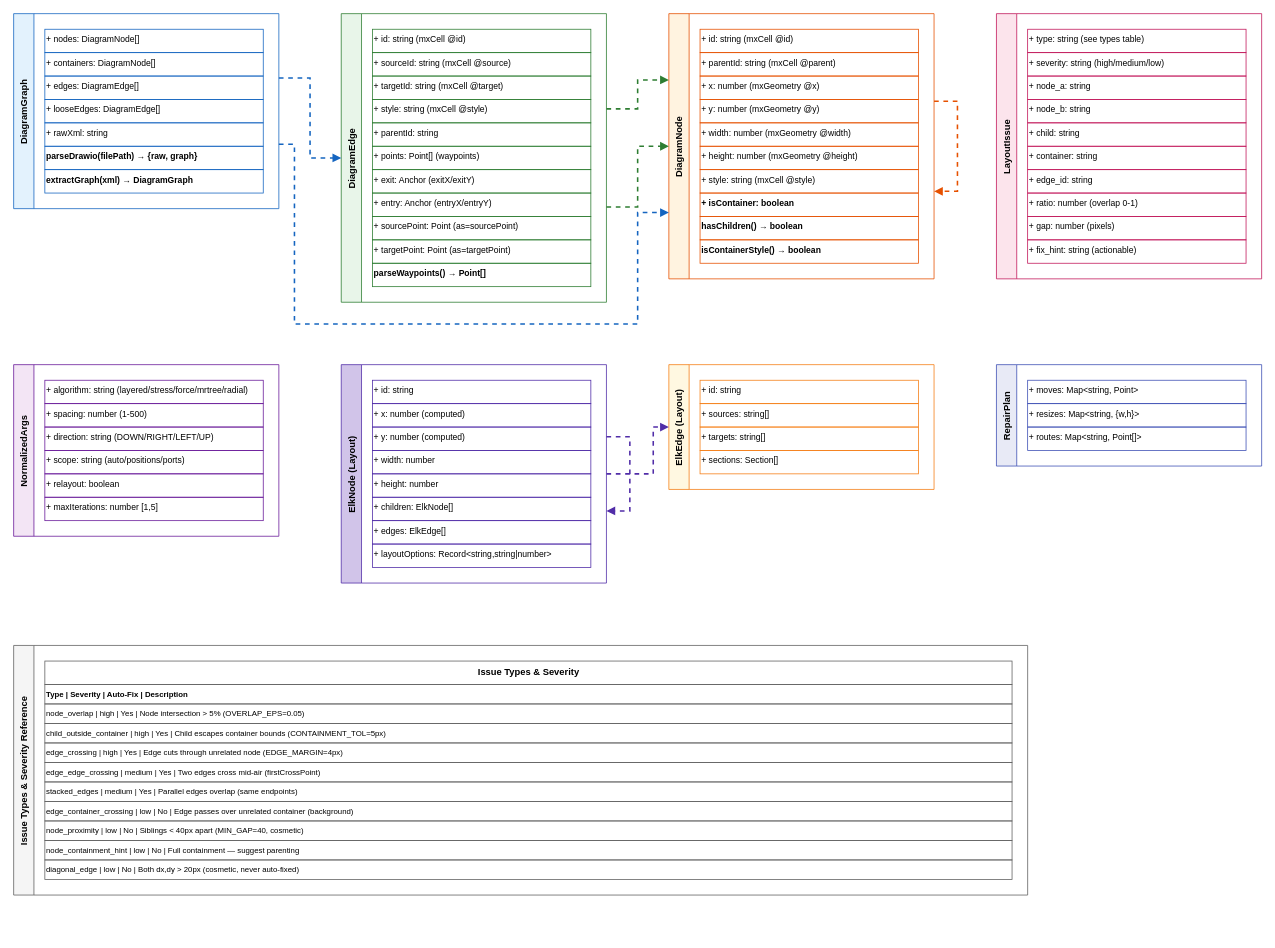
Before: documents/SA4E-406/diagrams/data-model.drawio in dnguyenminh/SDLC-Agents-4-Enteprise, a draw.io diagram. Source tidied: cells renumbered, new cells numbered last; positions are measured from the earlier drawing's top-left corner, leaving out a move shared by most shapes. Both pictures are drawn from the tidied source at 78%, with x=0, y=0 at pixel (13, 13).
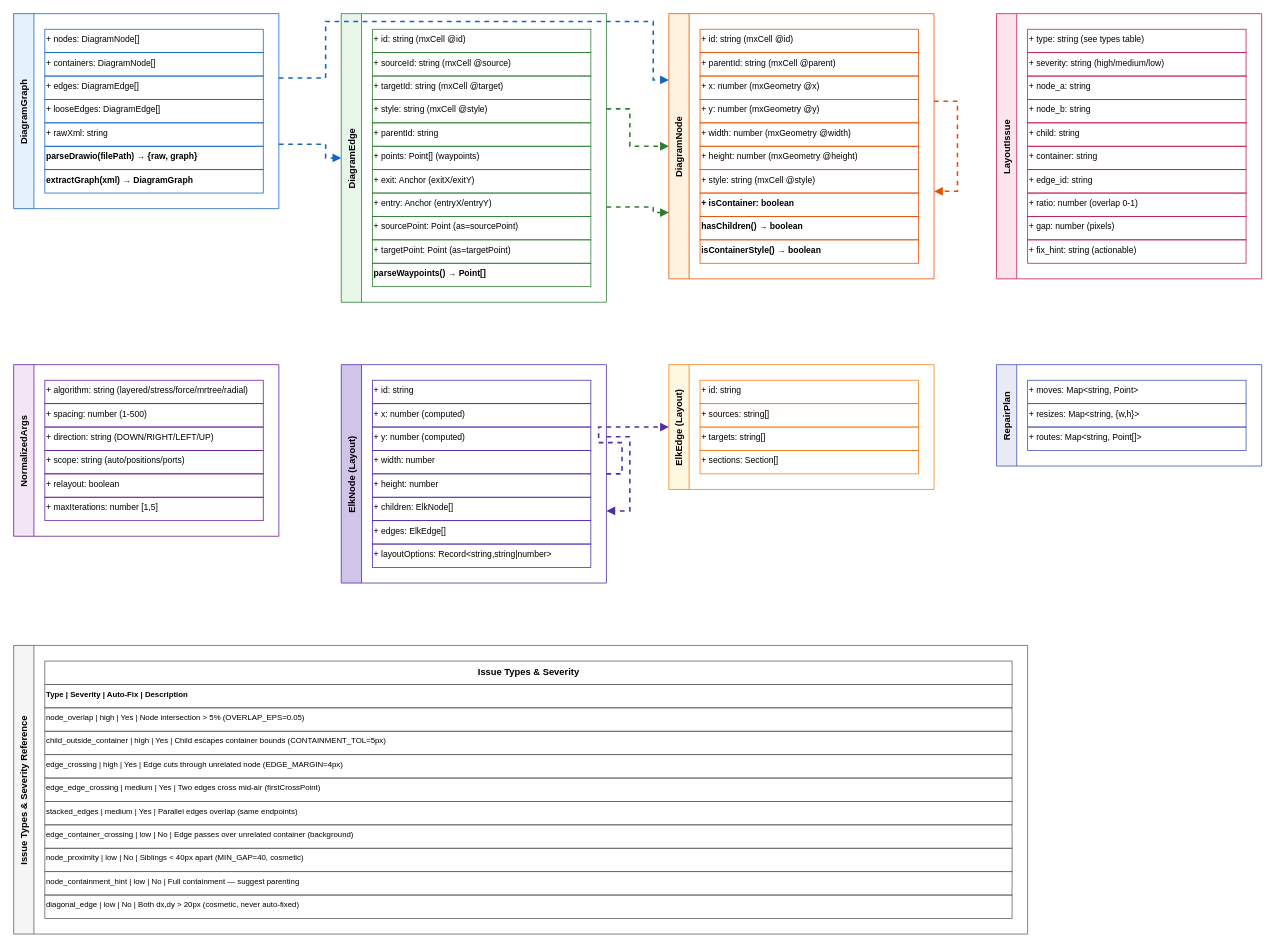
The same diagram, later.

Unchanged cells that the change refers to:
```xml
<mxCell id="2" value="DiagramGraph" style="swimlane;fontStyle=1;horizontal=0;startSize=26;fillColor=#e3f2fd;strokeColor=#1565c0;" parent="1" vertex="1">
  <mxGeometry width="340" height="250" as="geometry" />
</mxCell>
<mxCell id="10" value="DiagramNode" style="swimlane;fontStyle=1;horizontal=0;startSize=26;fillColor=#fff3e0;strokeColor=#e65100;" parent="1" vertex="1">
  <mxGeometry x="840" width="340" height="340" as="geometry" />
</mxCell>
<mxCell id="21" value="DiagramEdge" style="swimlane;fontStyle=1;horizontal=0;startSize=26;fillColor=#e8f5e9;strokeColor=#2e7d32;" parent="1" vertex="1">
  <mxGeometry x="420" width="340" height="370" as="geometry" />
</mxCell>
<mxCell id="51" value="ElkNode (Layout)" style="swimlane;fontStyle=1;horizontal=0;startSize=26;fillColor=#d1c4e9;strokeColor=#512da8;" parent="1" vertex="1">
  <mxGeometry x="420" y="450" width="340" height="280" as="geometry" />
</mxCell>
<mxCell id="60" value="ElkEdge (Layout)" style="swimlane;fontStyle=1;horizontal=0;startSize=26;fillColor=#fff8e1;strokeColor=#f57f17;" parent="1" vertex="1">
  <mxGeometry x="840" y="450" width="340" height="160" as="geometry" />
</mxCell>
```

Diff of the diagram source:
```diff
@@
-    <mxCell id="69" style="rounded=0;jettySize=auto;html=1;strokeColor=#1565c0;strokeWidth=2;endArrow=block;dashed=1;edgeStyle=orthogonalEdgeStyle;curved=0;exitX=1;exitY=0.67;entryX=0;entryY=0.75;" parent="1" edge="1" source="2" target="10">
+    <mxCell id="69" style="rounded=0;jettySize=auto;html=1;strokeColor=#1565c0;strokeWidth=2;endArrow=block;dashed=1;edgeStyle=orthogonalEdgeStyle;curved=0;exitX=1;exitY=0.33;entryX=0;entryY=0.25;" parent="1" edge="1" source="2" target="10">
       <mxGeometry relative="1" as="geometry">
         <Array as="points">
-          <mxPoint x="360" y="167.5" />
-          <mxPoint x="360" y="398" />
-          <mxPoint x="800" y="398" />
-          <mxPoint x="800" y="255" />
+          <mxPoint x="400" y="82.5" />
+          <mxPoint x="400" y="10" />
+          <mxPoint x="820" y="10" />
+          <mxPoint x="820" y="85" />
         </Array>
       </mxGeometry>
     </mxCell>
-    <mxCell id="70" style="rounded=0;jettySize=auto;html=1;strokeColor=#1565c0;strokeWidth=2;endArrow=block;dashed=1;edgeStyle=orthogonalEdgeStyle;curved=0;exitX=1;exitY=0.33;entryX=0;entryY=0.5;" parent="1" edge="1" source="2" target="21">
+    <mxCell id="70" style="rounded=0;jettySize=auto;html=1;strokeColor=#1565c0;strokeWidth=2;endArrow=block;dashed=1;edgeStyle=orthogonalEdgeStyle;curved=0;exitX=1;exitY=0.67;entryX=0;entryY=0.5;" parent="1" edge="1" source="2" target="21">
       <mxGeometry relative="1" as="geometry">
         <Array as="points">
-          <mxPoint x="380" y="82.5" />
-          <mxPoint x="380" y="185" />
+          <mxPoint x="400" y="167.5" />
+          <mxPoint x="400" y="185" />
         </Array>
       </mxGeometry>
     </mxCell>
@@
-    <mxCell id="72" style="rounded=0;jettySize=auto;html=1;strokeColor=#2e7d32;strokeWidth=2;endArrow=block;dashed=1;edgeStyle=orthogonalEdgeStyle;curved=0;exitX=1;exitY=0.33;entryX=0;entryY=0.25;" parent="1" edge="1" source="21" target="10">
+    <mxCell id="72" style="rounded=0;jettySize=auto;html=1;strokeColor=#2e7d32;strokeWidth=2;endArrow=block;dashed=1;edgeStyle=orthogonalEdgeStyle;curved=0;exitX=1;exitY=0.33;entryX=0;entryY=0.5;" parent="1" edge="1" source="21" target="10">
       <mxGeometry relative="1" as="geometry">
         <Array as="points">
-          <mxPoint x="800" y="122.1" />
-          <mxPoint x="800" y="85" />
+          <mxPoint x="790" y="122.1" />
+          <mxPoint x="790" y="170" />
         </Array>
       </mxGeometry>
     </mxCell>
-    <mxCell id="73" style="rounded=0;jettySize=auto;html=1;strokeColor=#2e7d32;strokeWidth=2;endArrow=block;dashed=1;edgeStyle=orthogonalEdgeStyle;curved=0;exitX=1;exitY=0.67;entryX=0;entryY=0.5;" parent="1" edge="1" source="21" target="10">
+    <mxCell id="73" style="rounded=0;jettySize=auto;html=1;strokeColor=#2e7d32;strokeWidth=2;endArrow=block;dashed=1;edgeStyle=orthogonalEdgeStyle;curved=0;exitX=1;exitY=0.67;entryX=0;entryY=0.75;" parent="1" edge="1" source="21" target="10">
       <mxGeometry relative="1" as="geometry">
         <Array as="points">
-          <mxPoint x="800" y="247.9" />
-          <mxPoint x="800" y="170" />
+          <mxPoint x="820" y="247.9" />
+          <mxPoint x="820" y="255" />
         </Array>
       </mxGeometry>
     </mxCell>
@@
     <mxCell id="75" style="rounded=0;jettySize=auto;html=1;strokeColor=#512da8;strokeWidth=2;endArrow=block;dashed=1;edgeStyle=orthogonalEdgeStyle;curved=0;exitX=1;exitY=0.5;entryX=0;entryY=0.5;" parent="1" edge="1" source="51" target="60">
       <mxGeometry relative="1" as="geometry">
         <Array as="points">
-          <mxPoint x="820" y="590" />
-          <mxPoint x="820" y="530" />
+          <mxPoint x="780" y="590" />
+          <mxPoint x="780" y="550" />
+          <mxPoint x="750" y="550" />
+          <mxPoint x="750" y="530" />
         </Array>
       </mxGeometry>
     </mxCell>
     <mxCell id="76" value="Issue Types &amp; Severity Reference" style="swimlane;fontStyle=1;horizontal=0;startSize=26;fillColor=#f5f5f5;strokeColor=#616161;" parent="1" vertex="1">
-      <mxGeometry y="810" width="1300" height="320" as="geometry" />
+      <mxGeometry y="810" width="1300" height="370" as="geometry" />
     </mxCell>
@@
     <mxCell id="78" value="Type | Severity | Auto-Fix | Description" style="text;html=1;strokeColor=#616161;fontSize=10;fontStyle=1;align=left;" parent="76" vertex="1">
-      <mxGeometry x="40" y="50" width="1240" height="25" as="geometry" />
+      <mxGeometry x="40" y="50" width="1240" height="30" as="geometry" />
     </mxCell>
     <mxCell id="79" value="node_overlap | high | Yes | Node intersection &amp;gt; 5% (OVERLAP_EPS=0.05)" style="text;html=1;strokeColor=#616161;fontSize=10;align=left;" parent="76" vertex="1">
-      <mxGeometry x="40" y="75" width="1240" height="25" as="geometry" />
+      <mxGeometry x="40" y="80" width="1240" height="30" as="geometry" />
     </mxCell>
     <mxCell id="80" value="child_outside_container | high | Yes | Child escapes container bounds (CONTAINMENT_TOL=5px)" style="text;html=1;strokeColor=#616161;fontSize=10;align=left;" parent="76" vertex="1">
-      <mxGeometry x="40" y="100" width="1240" height="25" as="geometry" />
+      <mxGeometry x="40" y="110" width="1240" height="30" as="geometry" />
     </mxCell>
     <mxCell id="81" value="edge_crossing | high | Yes | Edge cuts through unrelated node (EDGE_MARGIN=4px)" style="text;html=1;strokeColor=#616161;fontSize=10;align=left;" parent="76" vertex="1">
-      <mxGeometry x="40" y="125" width="1240" height="25" as="geometry" />
+      <mxGeometry x="40" y="140" width="1240" height="30" as="geometry" />
     </mxCell>
     <mxCell id="82" value="edge_edge_crossing | medium | Yes | Two edges cross mid-air (firstCrossPoint)" style="text;html=1;strokeColor=#616161;fontSize=10;align=left;" parent="76" vertex="1">
-      <mxGeometry x="40" y="150" width="1240" height="25" as="geometry" />
+      <mxGeometry x="40" y="170" width="1240" height="30" as="geometry" />
     </mxCell>
     <mxCell id="83" value="stacked_edges | medium | Yes | Parallel edges overlap (same endpoints)" style="text;html=1;strokeColor=#616161;fontSize=10;align=left;" parent="76" vertex="1">
-      <mxGeometry x="40" y="175" width="1240" height="25" as="geometry" />
+      <mxGeometry x="40" y="200" width="1240" height="30" as="geometry" />
     </mxCell>
     <mxCell id="84" value="edge_container_crossing | low | No | Edge passes over unrelated container (background)" style="text;html=1;strokeColor=#616161;fontSize=10;align=left;" parent="76" vertex="1">
-      <mxGeometry x="40" y="200" width="1240" height="25" as="geometry" />
+      <mxGeometry x="40" y="230" width="1240" height="30" as="geometry" />
     </mxCell>
     <mxCell id="85" value="node_proximity | low | No | Siblings &amp;lt; 40px apart (MIN_GAP=40, cosmetic)" style="text;html=1;strokeColor=#616161;fontSize=10;align=left;" parent="76" vertex="1">
-      <mxGeometry x="40" y="225" width="1240" height="25" as="geometry" />
+      <mxGeometry x="40" y="260" width="1240" height="30" as="geometry" />
     </mxCell>
     <mxCell id="86" value="node_containment_hint | low | No | Full containment — suggest parenting" style="text;html=1;strokeColor=#616161;fontSize=10;align=left;" parent="76" vertex="1">
-      <mxGeometry x="40" y="250" width="1240" height="25" as="geometry" />
+      <mxGeometry x="40" y="290" width="1240" height="30" as="geometry" />
     </mxCell>
     <mxCell id="87" value="diagonal_edge | low | No | Both dx,dy &amp;gt; 20px (cosmetic, never auto-fixed)" style="text;html=1;strokeColor=#616161;fontSize=10;align=left;" parent="76" vertex="1">
-      <mxGeometry x="40" y="275" width="1240" height="25" as="geometry" />
+      <mxGeometry x="40" y="320" width="1240" height="30" as="geometry" />
     </mxCell>
```
